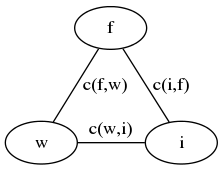
Above: resources/graphs/uitwerking.png in NorfairKing/ai_alternative-exam (Graphviz), before the change. Its source is kept beside it as resources/graphs/uitwerking.dot. The source it was exported from:
```dot
graph iter_0 {
    node [shape=ellipse, height=0.1, mindist=1.5];
    edge [arrowhead = none];

    subgraph start {
        f [label = "f"];
        {
            rank = same;
            w [label = "w"];
            i [label = "i"];
            w -- i [label = "c(w,i)"];
            rankdir=LR;
        }
        f -- w [label = "c(f,w)"];
        i -- f [label = "c(i,f)"];
    }
}
```
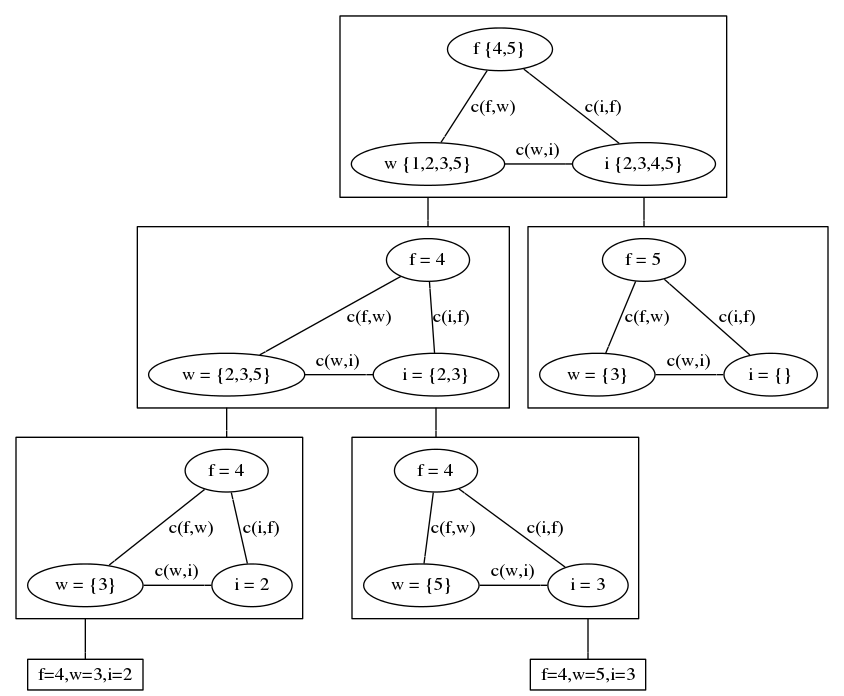
After the commit.

Diff of the diagram source:
```diff
@@ -1,17 +1,79 @@
-graph iter_0 {
+digraph iter_0 {
+    compound=true;
     node [shape=ellipse, height=0.1, mindist=1.5];
     edge [arrowhead = none];
-
-    subgraph start {
-        f [label = "f"];
+    subgraph cluster_start {
+        f [label = "f {4,5}"];
         {
             rank = same;
-            w [label = "w"];
-            i [label = "i"];
-            w -- i [label = "c(w,i)"];
+            w [label = "w {1,2,3,5}"];
+            i [label = "i {2,3,4,5}"];
+            w -> i [label = "c(w,i)"];
             rankdir=LR;
         }
-        f -- w [label = "c(f,w)"];
-        i -- f [label = "c(i,f)"];
+        f -> w [label = "c(f,w)"];
+        i -> f [label = "c(i,f)"];
     }
+    subgraph cluster_ex_1 {
+        ex_1_f [label = "f = 4"];
+        {
+            rank = same;
+            ex_1_w [label = "w = {2,3,5}"];
+            ex_1_i [label = "i = {2,3}"];
+            ex_1_w -> ex_1_i [label = "c(w,i)"];
+            rankdir=LR;
+        }
+        ex_1_f -> ex_1_w [label = "c(f,w)"];
+        ex_1_i -> ex_1_f [label = "c(i,f)"];
+    }
+    subgraph cluster_ex_2 {
+        ex_2_f [label = "f = 5"];
+        {
+            rank = same;
+            ex_2_w [label = "w = {3}"];
+            ex_2_i [label = "i = {}"];
+            ex_2_w -> ex_2_i [label = "c(w,i)"];
+            rankdir=LR;
+        }
+        ex_2_f -> ex_2_w [label = "c(f,w)"];
+        ex_2_i -> ex_2_f [label = "c(i,f)"];
+    }
+    w -> ex_1_f [ltail=cluster_start, lhead=cluster_ex_1];
+    i -> ex_2_f [ltail=cluster_start, lhead=cluster_ex_2];
+
+    subgraph cluster_ex_3 {
+        ex_3_f [label = "f = 4"];
+        {
+            rank = same;
+            ex_3_w [label = "w = {3}"];
+            ex_3_i [label = "i = 2"];
+            ex_3_w -> ex_3_i [label = "c(w,i)"];
+            rankdir=LR;
+        }
+        ex_3_f -> ex_3_w [label = "c(f,w)"];
+        ex_3_i -> ex_3_f [label = "c(i,f)"];
+    }
+
+    subgraph cluster_ex_4 {
+        ex_4_f [label = "f = 4"];
+        {
+            rank = same;
+            ex_4_w [label = "w = {5}"];
+            ex_4_i [label = "i = 3"];
+            ex_4_w -> ex_4_i [label = "c(w,i)"];
+            rankdir=LR;
+        }
+        ex_4_f -> ex_4_w [label = "c(f,w)"];
+        ex_4_i -> ex_4_f [label = "c(i,f)"];
+    }
+    ex_1_w -> ex_3_f [ltail=cluster_ex_1, lhead=cluster_ex_3];
+    ex_1_i -> ex_4_f [ltail=cluster_ex_1, lhead=cluster_ex_4];
+
+    opl_1 [label= "f=4,w=3,i=2",shape=box];
+    opl_2 [label= "f=4,w=5,i=3",shape=box];
+    ex_3_w -> opl_1 [ltail=cluster_ex_3];
+    ex_4_i -> opl_2 [ltail=cluster_ex_4];
+
+
+
 }
```
